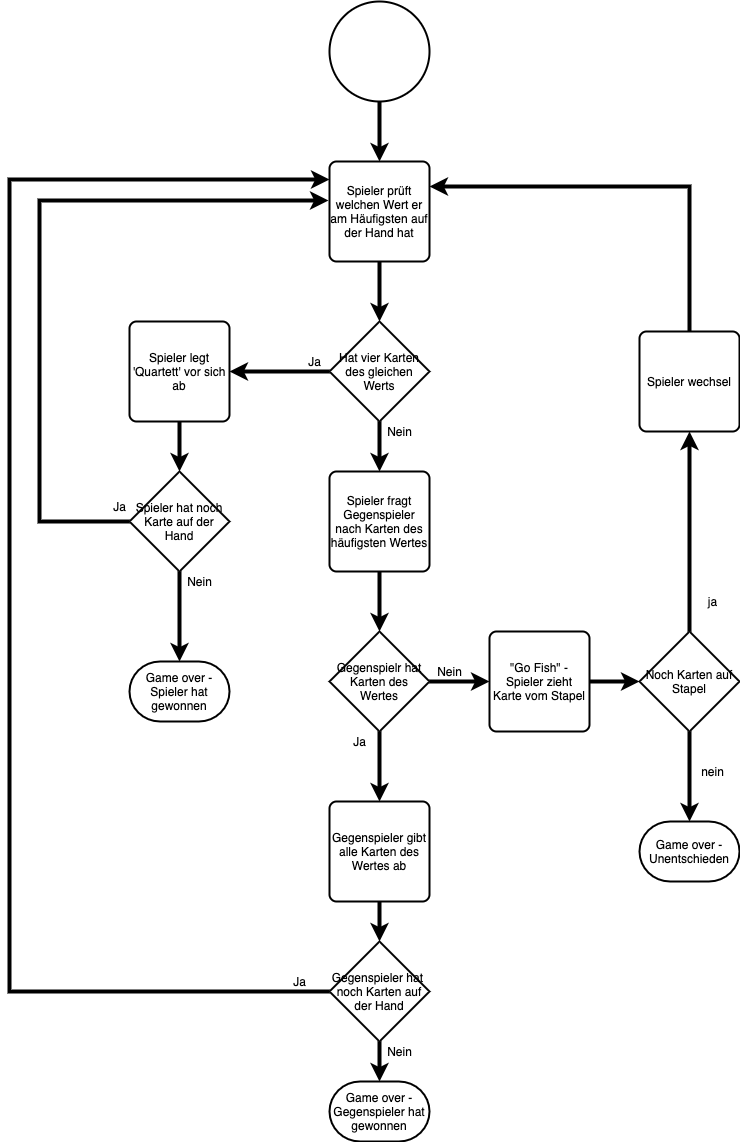
MoniB79/goFish keeps this draw.io diagram as documentation/spielablauf.drawio.png. Above is the earlier version. Source tidied: cells renumbered, new cells last; positions are measured from the earlier drawing's top-left corner, leaving out a move shared by most shapes.
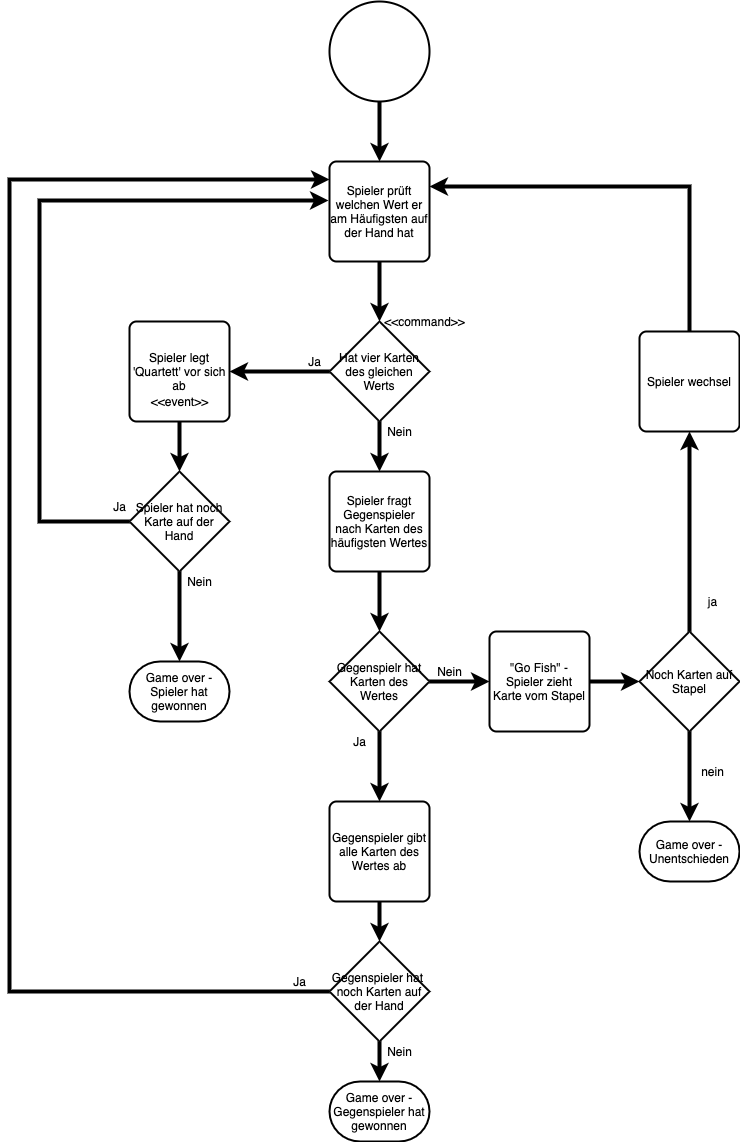
The same file after the commit.

Diff of the diagram source:
```diff
@@ -139,5 +139,11 @@
     <mxCell id="43" value="ja" style="text;html=1;align=center;verticalAlign=middle;strokeColor=none;" parent="1" vertex="1">
       <mxGeometry x="693" y="590" width="20" height="20" as="geometry" />
     </mxCell>
+    <mxCell id="44" value="&amp;lt;&amp;lt;event&amp;gt;&amp;gt;" style="text;html=1;align=center;verticalAlign=middle;strokeColor=none;" parent="1" vertex="1">
+      <mxGeometry x="135" y="390" width="70" height="20" as="geometry" />
+    </mxCell>
+    <mxCell id="45" value="&amp;lt;&amp;lt;command&amp;gt;&amp;gt;" style="text;html=1;align=center;verticalAlign=middle;strokeColor=none;" parent="1" vertex="1">
+      <mxGeometry x="365" y="310" width="100" height="20" as="geometry" />
+    </mxCell>
   </root>
 </mxGraphModel>
```
